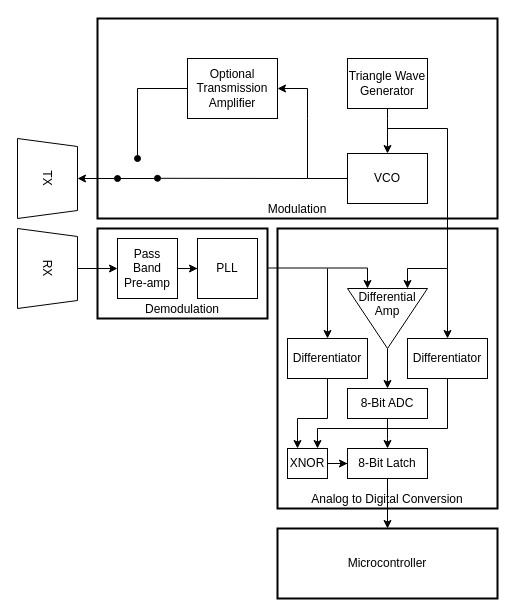
Above: BlockDiagram/SystemBlockDiagram.drawio in palexander23/ultrasound-radar-circuit-design (draw.io), before the change. Source tidied: cells renumbered, new cells numbered last; positions are measured from the earlier drawing's top-left corner, leaving out a move shared by most shapes. Both pictures are drawn from the tidied source at 100%, with x=0, y=0 at pixel (7, 18).
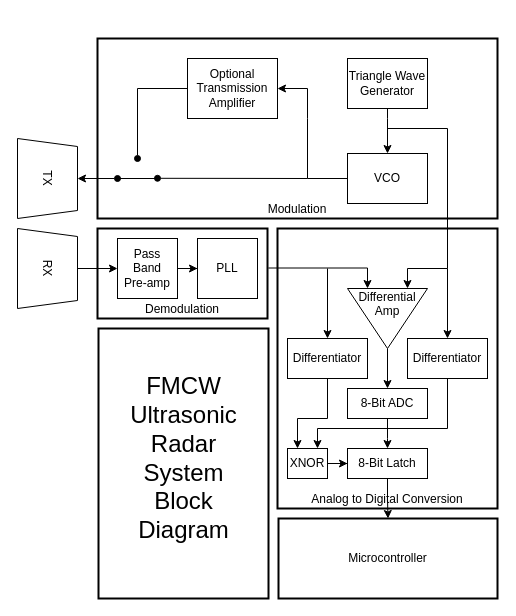
The same page after the edit.

Commit message (it also covers changes not shown here):
Add editted block diagram to report. Remove bibliogeraphy from report

The edit, as a diff of the source:
```diff
@@
+    <mxCell id="40" style="rounded=0;whiteSpace=wrap;html=1;glass=0;strokeWidth=2;fillColor=none;" parent="1" vertex="1">
+      <mxGeometry x="91" y="310" width="170" height="270" as="geometry" />
+    </mxCell>
@@
     <mxCell id="3" value="Modulation" style="rounded=0;whiteSpace=wrap;html=1;glass=0;fillColor=none;strokeWidth=2;verticalAlign=bottom;" parent="1" vertex="1">
-      <mxGeometry x="90" width="400" height="200" as="geometry" />
+      <mxGeometry x="90" y="20" width="400" height="180" as="geometry" />
     </mxCell>
@@
     <mxCell id="37" value="Microcontroller" style="rounded=0;whiteSpace=wrap;html=1;strokeWidth=2;" parent="1" vertex="1">
-      <mxGeometry x="270" y="510" width="220" height="70" as="geometry" />
+      <mxGeometry x="271" y="500" width="219" height="80" as="geometry" />
     </mxCell>
@@
+    <mxCell id="41" value="&lt;font style=&quot;font-size: 24px&quot;&gt;FMCW Ultrasonic Radar System Block Diagram&lt;br&gt;&lt;/font&gt;" style="text;html=1;strokeColor=none;fillColor=none;align=center;verticalAlign=middle;whiteSpace=wrap;rounded=0;glass=0;" parent="1" vertex="1">
+      <mxGeometry x="111.5" y="370" width="129" height="140" as="geometry" />
+    </mxCell>
```
